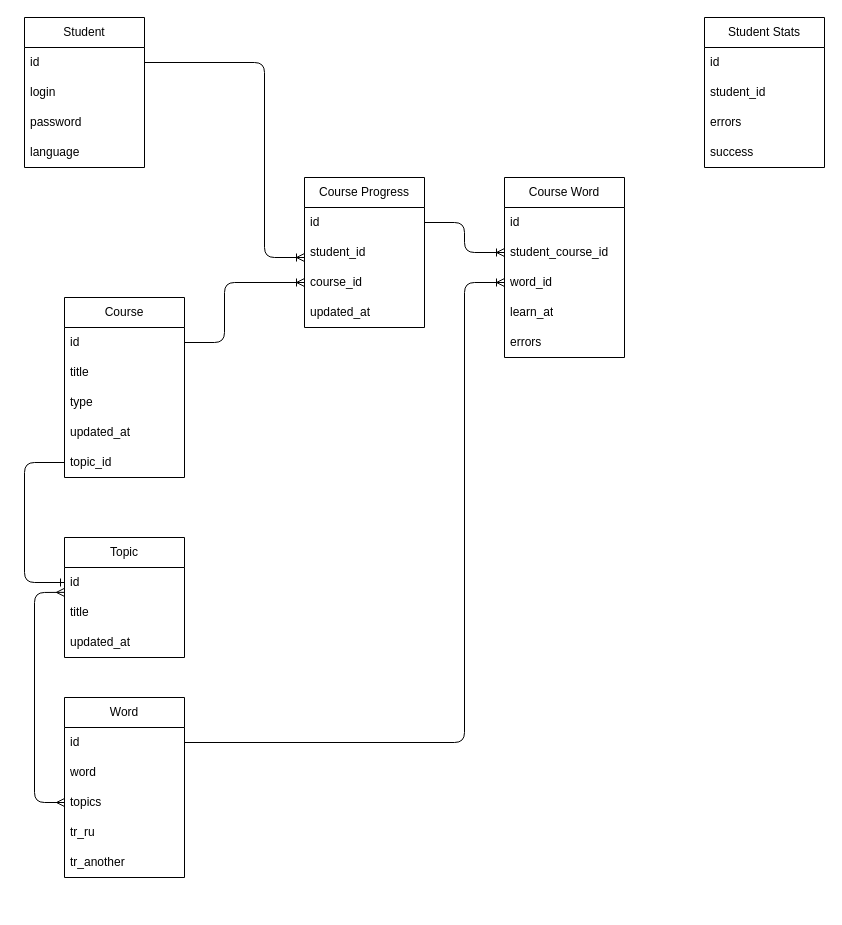
Earlier version of the draw.io diagram page "Data" (2 of 2) of docs/scheme.drawio (Igorok/pocket_dictionary). Source tidied: cells renumbered, new cells numbered last; positions are measured from the earlier drawing's top-left corner, leaving out a move shared by most shapes. Both pictures are drawn from the tidied source at 100%, with x=0, y=0 at pixel (24, 17).
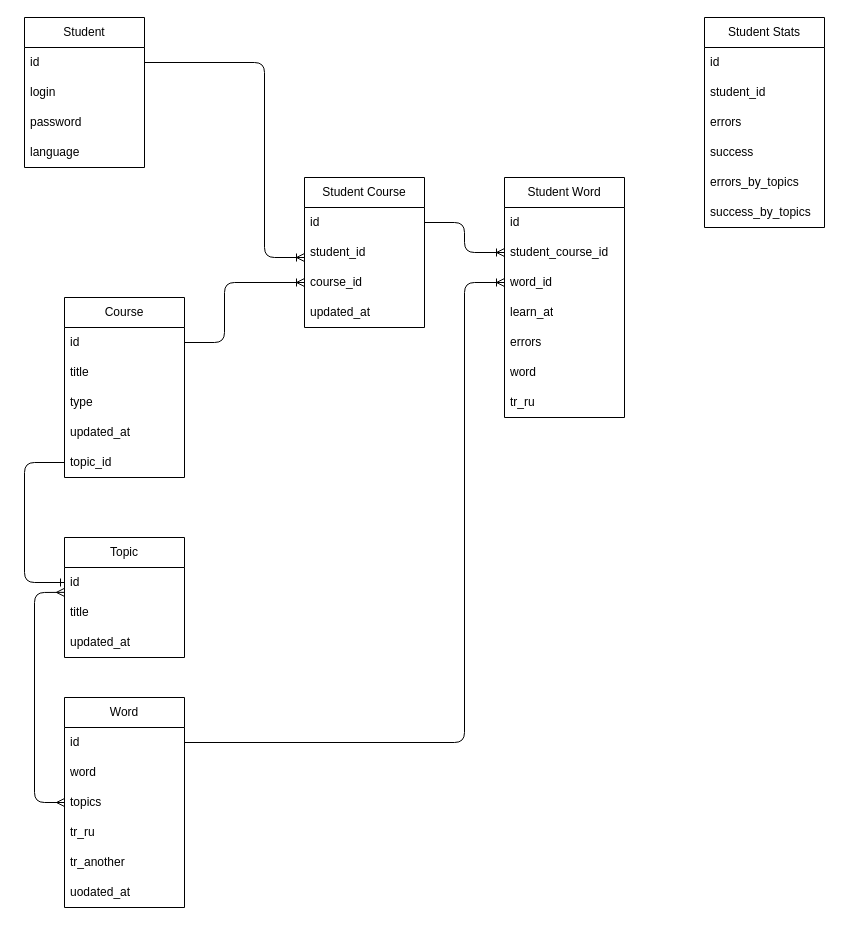
The same page after the edit.

Change to the diagram source:
```diff
@@
-    <mxCell id="13" value="Course Progress" style="swimlane;fontStyle=0;horizontal=1;startSize=30;whiteSpace=wrap;html=1;" parent="1" vertex="1">
+    <mxCell id="13" value="Student Course" style="swimlane;fontStyle=0;horizontal=1;startSize=30;whiteSpace=wrap;html=1;" parent="1" vertex="1">
       <mxGeometry x="280" y="160" width="120" height="150" as="geometry" />
     </mxCell>
@@
-    <mxCell id="18" value="Course Word" style="swimlane;fontStyle=0;horizontal=1;startSize=30;whiteSpace=wrap;html=1;" parent="1" vertex="1">
-      <mxGeometry x="480" y="160" width="120" height="180" as="geometry" />
+    <mxCell id="18" value="Student Word" style="swimlane;fontStyle=0;horizontal=1;startSize=30;whiteSpace=wrap;html=1;" parent="1" vertex="1">
+      <mxGeometry x="480" y="160" width="120" height="240" as="geometry" />
     </mxCell>
@@
+    <mxCell id="45" value="word" style="text;strokeColor=none;fillColor=none;align=left;verticalAlign=middle;spacingLeft=4;spacingRight=4;overflow=hidden;whiteSpace=wrap;html=1;" parent="18" vertex="1">
+      <mxGeometry y="180" width="120" height="30" as="geometry" />
+    </mxCell>
+    <mxCell id="46" value="tr_ru" style="text;strokeColor=none;fillColor=none;align=left;verticalAlign=middle;spacingLeft=4;spacingRight=4;overflow=hidden;whiteSpace=wrap;html=1;" parent="18" vertex="1">
+      <mxGeometry y="210" width="120" height="30" as="geometry" />
+    </mxCell>
@@
     <mxCell id="28" value="Word" style="swimlane;fontStyle=0;horizontal=1;startSize=30;whiteSpace=wrap;html=1;" parent="1" vertex="1">
-      <mxGeometry x="40" y="680" width="120" height="180" as="geometry" />
+      <mxGeometry x="40" y="680" width="120" height="210" as="geometry" />
     </mxCell>
@@
+    <mxCell id="47" value="uodated_at" style="text;strokeColor=none;fillColor=none;align=left;verticalAlign=middle;spacingLeft=4;spacingRight=4;overflow=hidden;whiteSpace=wrap;html=1;" parent="28" vertex="1">
+      <mxGeometry y="180" width="120" height="30" as="geometry" />
+    </mxCell>
@@
     <mxCell id="40" value="Student Stats" style="swimlane;fontStyle=0;horizontal=1;startSize=30;whiteSpace=wrap;html=1;" parent="1" vertex="1">
-      <mxGeometry x="680" width="120" height="150" as="geometry" />
+      <mxGeometry x="680" width="120" height="210" as="geometry" />
     </mxCell>
@@
+    <mxCell id="48" value="errors_by_topics" style="text;strokeColor=none;fillColor=none;align=left;verticalAlign=middle;spacingLeft=4;spacingRight=4;overflow=hidden;whiteSpace=wrap;html=1;" parent="40" vertex="1">
+      <mxGeometry y="150" width="120" height="30" as="geometry" />
+    </mxCell>
+    <mxCell id="49" value="success_by_topics" style="text;strokeColor=none;fillColor=none;align=left;verticalAlign=middle;spacingLeft=4;spacingRight=4;overflow=hidden;whiteSpace=wrap;html=1;" parent="40" vertex="1">
+      <mxGeometry y="180" width="120" height="30" as="geometry" />
+    </mxCell>
```
